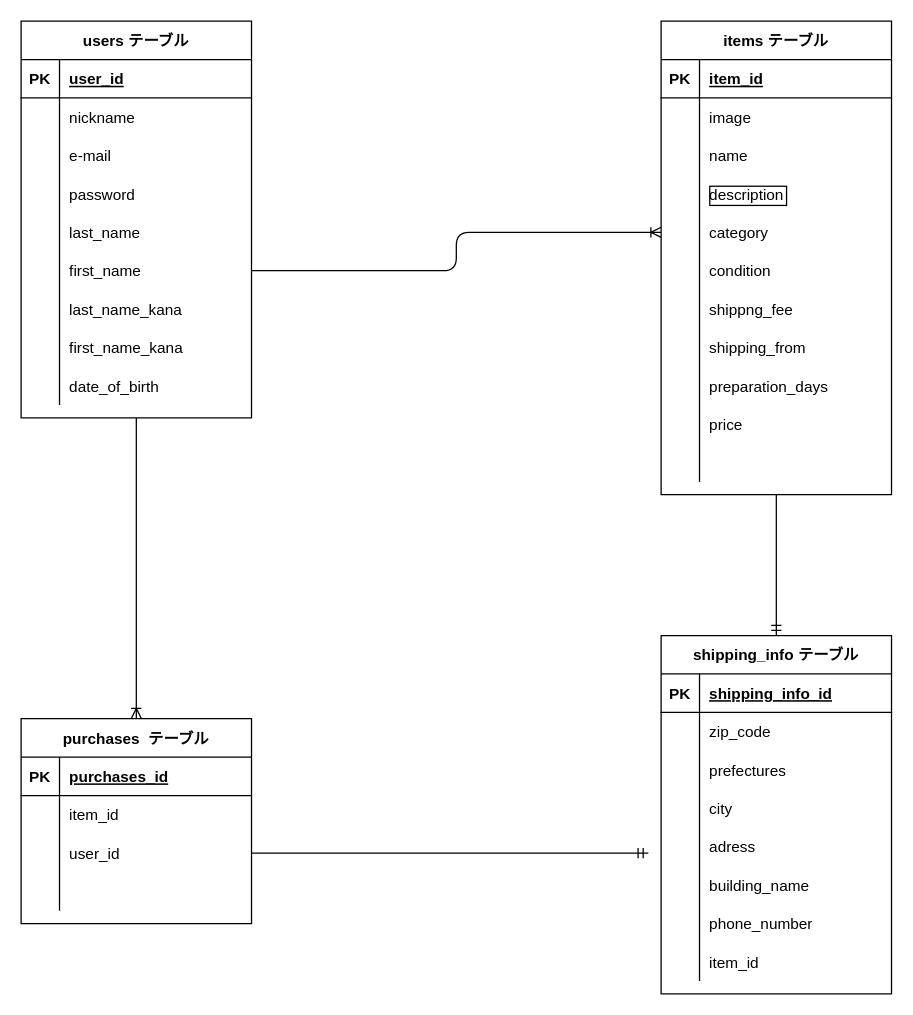
Above: furima.dio in Setuna-y/furima-36139 (draw.io), before the change. Source tidied: cells renumbered, new cells numbered last; positions are measured from the earlier drawing's top-left corner, leaving out a move shared by most shapes. Both pictures are drawn from the tidied source at 128%, with x=0, y=0 at pixel (20, 20).
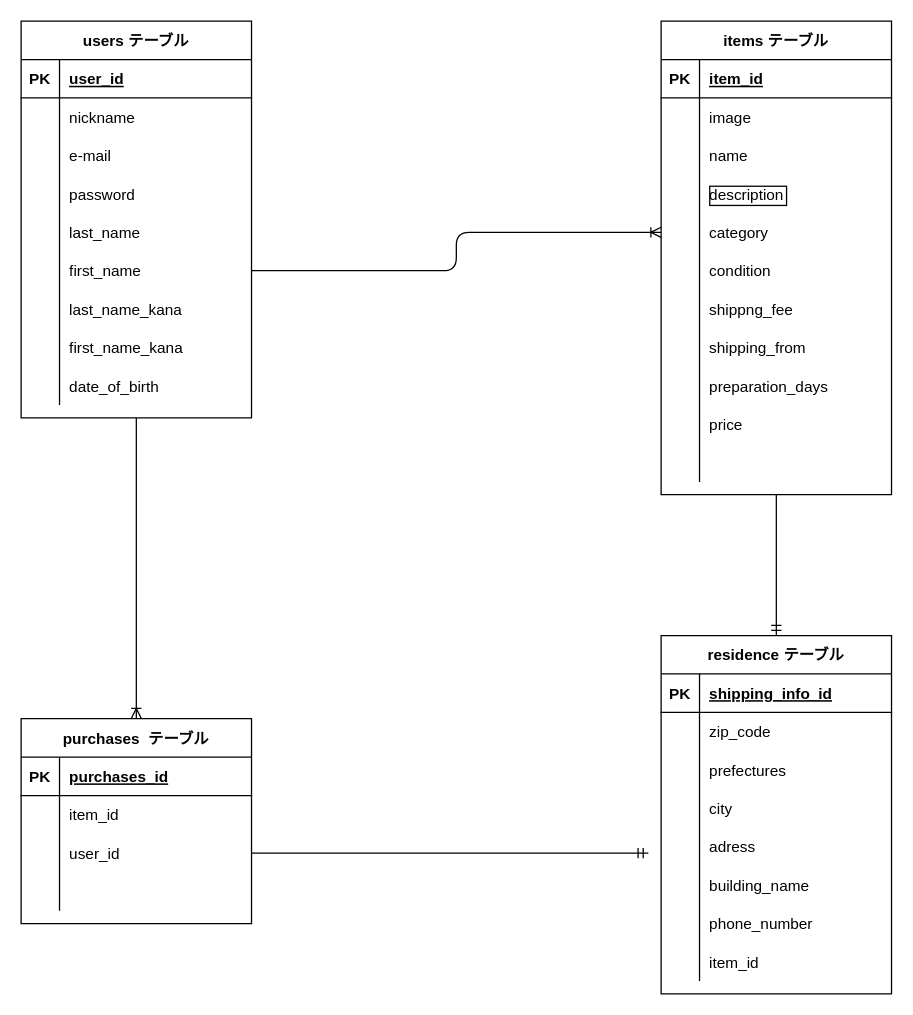
After the change.

What changed in the source:
```diff
@@
-    <mxCell id="79" value="shipping_info テーブル" style="shape=table;startSize=30;childLayout=tableLayout;rowLines=0;fontStyle=1;align=center;rounded=0;sketch=0;" parent="1" vertex="1">
+    <mxCell id="79" value="residence テーブル" style="shape=table;startSize=30;childLayout=tableLayout;rowLines=0;fontStyle=1;align=center;rounded=0;sketch=0;" parent="1" vertex="1">
       <mxGeometry x="500" y="480" width="180" height="280" as="geometry" />
     </mxCell>
```
